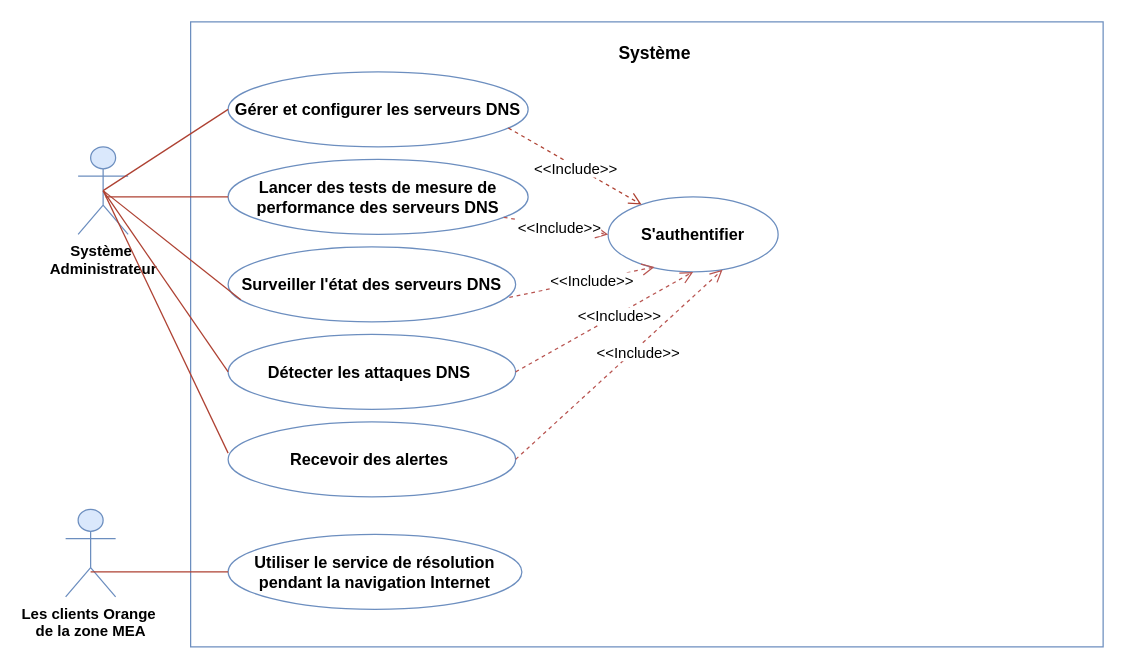
eya-harbaoui/Diagramms keeps this draw.io diagram as GlobalUseCase.drawio. Above is the earlier version. Source tidied: cells renumbered, new cells numbered last; positions are measured from the earlier drawing's top-left corner, leaving out a move shared by most shapes. Both pictures are drawn from the tidied source at 125%, with x=0, y=0 at pixel (65, 21).
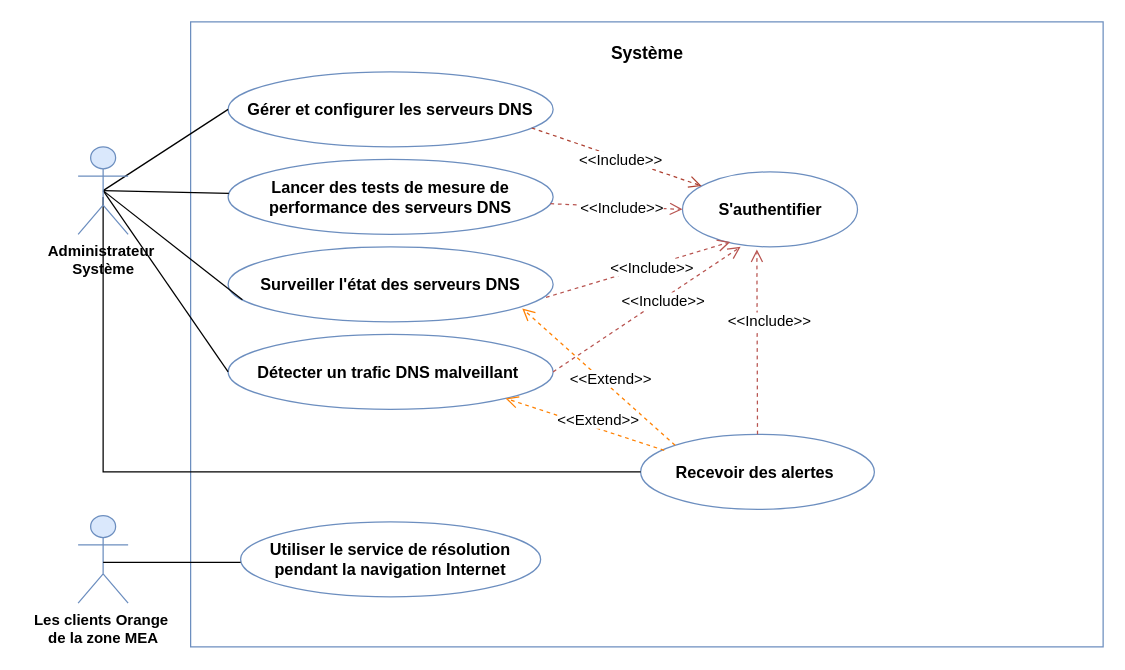
The same diagram, later.

Commit message:
Mettre à jour GlobalUseCase.drawio

What changed in the source:
```diff
@@
     <mxCell id="2" value="Les clients Orange&amp;nbsp;&lt;div&gt;de la zone MEA&lt;/div&gt;" style="shape=umlActor;verticalLabelPosition=bottom;verticalAlign=top;html=1;fontStyle=1;fillColor=#dae8fc;strokeColor=#6c8ebf;" parent="1" vertex="1">
-      <mxGeometry y="390" width="40" height="70" as="geometry" />
+      <mxGeometry x="10" y="395" width="40" height="70" as="geometry" />
     </mxCell>
@@
     <mxCell id="4" value="&lt;b&gt;&lt;font style=&quot;font-size: 13px;&quot;&gt;Gérer et configurer les serveurs DNS&lt;/font&gt;&lt;/b&gt;" style="ellipse;whiteSpace=wrap;html=1;fillColor=#FFFFFF;strokeColor=#6c8ebf;" parent="1" vertex="1">
-      <mxGeometry x="130" y="40" width="240" height="60" as="geometry" />
+      <mxGeometry x="130" y="40" width="260" height="60" as="geometry" />
     </mxCell>
     <mxCell id="5" value="&lt;b&gt;&lt;font style=&quot;font-size: 14px;&quot;&gt;Système&lt;/font&gt;&lt;/b&gt;" style="text;strokeColor=none;align=center;fillColor=none;html=1;verticalAlign=middle;whiteSpace=wrap;rounded=0;" parent="1" vertex="1">
-      <mxGeometry x="434" y="10" width="75" height="30" as="geometry" />
+      <mxGeometry x="427.5" y="10" width="75" height="30" as="geometry" />
     </mxCell>
     <mxCell id="6" value="&lt;b&gt;&lt;font style=&quot;font-size: 13px;&quot;&gt;Lancer des tests de mesure de performance des serveurs DNS&lt;/font&gt;&lt;/b&gt;" style="ellipse;whiteSpace=wrap;html=1;fillColor=#ffffff;strokeColor=#6C8EBF;" parent="1" vertex="1">
-      <mxGeometry x="130" y="110" width="240" height="60" as="geometry" />
+      <mxGeometry x="130" y="110" width="260" height="60" as="geometry" />
     </mxCell>
     <mxCell id="7" value="&lt;b&gt;&lt;font style=&quot;font-size: 13px;&quot;&gt;Surveiller l'état des serveurs DNS&lt;/font&gt;&lt;/b&gt;" style="ellipse;whiteSpace=wrap;html=1;strokeColor=#6C8EBF;" parent="1" vertex="1">
-      <mxGeometry x="130" y="180" width="230" height="60" as="geometry" />
+      <mxGeometry x="130" y="180" width="260" height="60" as="geometry" />
     </mxCell>
-    <mxCell id="8" value="&lt;b&gt;&lt;font style=&quot;font-size: 13px;&quot;&gt;Détecter les attaques DNS&amp;nbsp;&lt;/font&gt;&lt;/b&gt;" style="ellipse;whiteSpace=wrap;html=1;strokeColor=#6C8EBF;" parent="1" vertex="1">
-      <mxGeometry x="130" y="250" width="230" height="60" as="geometry" />
+    <mxCell id="8" value="&lt;b&gt;&lt;font style=&quot;font-size: 13px;&quot;&gt;Détecter un trafic DNS malveillant&amp;nbsp;&lt;/font&gt;&lt;/b&gt;" style="ellipse;whiteSpace=wrap;html=1;strokeColor=#6C8EBF;" parent="1" vertex="1">
+      <mxGeometry x="130" y="250" width="260" height="60" as="geometry" />
     </mxCell>
     <mxCell id="9" value="&lt;b&gt;&lt;font style=&quot;font-size: 13px;&quot;&gt;Recevoir des alertes&amp;nbsp;&lt;/font&gt;&lt;/b&gt;" style="ellipse;whiteSpace=wrap;html=1;strokeColor=#6C8EBF;" parent="1" vertex="1">
-      <mxGeometry x="130" y="320" width="230" height="60" as="geometry" />
+      <mxGeometry x="460" y="330" width="187" height="60" as="geometry" />
     </mxCell>
     <mxCell id="10" value="&lt;b&gt;&lt;font style=&quot;font-size: 13px;&quot;&gt;S'authentifier&lt;/font&gt;&lt;/b&gt;" style="ellipse;whiteSpace=wrap;html=1;strokeColor=#6C8EBF;" parent="1" vertex="1">
-      <mxGeometry x="434" y="140" width="136" height="60" as="geometry" />
+      <mxGeometry x="493.5" y="120" width="140" height="60" as="geometry" />
     </mxCell>
     <mxCell id="11" value="&lt;b&gt;&lt;font style=&quot;font-size: 13px;&quot;&gt;Utiliser le service de résolution pendant la navigation Internet&lt;/font&gt;&lt;/b&gt;" style="ellipse;whiteSpace=wrap;html=1;strokeColor=#6C8EBF;" parent="1" vertex="1">
-      <mxGeometry x="130" y="410" width="235" height="60" as="geometry" />
+      <mxGeometry x="140" y="400" width="240" height="60" as="geometry" />
     </mxCell>
-    <mxCell id="12" value="Système&amp;nbsp;&lt;div&gt;Administrateur&lt;/div&gt;" style="shape=umlActor;verticalLabelPosition=bottom;verticalAlign=top;html=1;outlineConnect=0;fontStyle=1;fillColor=#dae8fc;strokeColor=#6c8ebf;" parent="1" vertex="1">
-      <mxGeometry x="10" y="100" width="40" height="70" as="geometry" />
-    </mxCell>
@@
-    <mxCell id="16" value="&lt;font style=&quot;font-size: 12px;&quot;&gt;&amp;lt;&amp;lt;Include&amp;gt;&amp;gt;&lt;/font&gt;" style="html=1;verticalAlign=bottom;endArrow=open;dashed=1;endSize=8;curved=0;rounded=0;exitX=1;exitY=0.5;exitDx=0;exitDy=0;entryX=0.5;entryY=1;entryDx=0;entryDy=0;fillColor=#f8cecc;strokeColor=#b85450;" parent="1" edge="1" source="8" target="10">
-      <mxGeometry x="0.1" y="-10" relative="1" as="geometry" />
+    <mxCell id="16" value="&lt;font style=&quot;font-size: 12px;&quot;&gt;&amp;lt;&amp;lt;Include&amp;gt;&amp;gt;&lt;/font&gt;" style="html=1;verticalAlign=bottom;endArrow=open;dashed=1;endSize=8;curved=0;rounded=0;exitX=1;exitY=0.5;exitDx=0;exitDy=0;fillColor=#f8cecc;strokeColor=#b85450;" parent="1" edge="1" source="8">
+      <mxGeometry x="0.1" y="-10" relative="1" as="geometry">
+        <mxPoint x="540" y="180" as="targetPoint" />
+      </mxGeometry>
     </mxCell>
-    <mxCell id="17" value="&lt;font style=&quot;font-size: 12px;&quot;&gt;&amp;lt;&amp;lt;Include&amp;gt;&amp;gt;&lt;/font&gt;" style="html=1;verticalAlign=bottom;endArrow=open;dashed=1;endSize=8;curved=0;rounded=0;exitX=1;exitY=0.5;exitDx=0;exitDy=0;entryX=0.673;entryY=0.971;entryDx=0;entryDy=0;entryPerimeter=0;fillColor=#f8cecc;strokeColor=#b85450;" parent="1" edge="1" source="9" target="10">
-      <mxGeometry x="0.1" y="-10" relative="1" as="geometry" />
+    <mxCell id="17" value="&lt;font style=&quot;font-size: 12px;&quot;&gt;&amp;lt;&amp;lt;Include&amp;gt;&amp;gt;&lt;/font&gt;" style="html=1;verticalAlign=bottom;endArrow=open;dashed=1;endSize=8;curved=0;rounded=0;fillColor=#f8cecc;strokeColor=#b85450;exitX=0.5;exitY=0;exitDx=0;exitDy=0;" parent="1" edge="1" source="9">
+      <mxGeometry x="0.1" y="-10" relative="1" as="geometry">
+        <mxPoint x="553" y="182" as="targetPoint" />
+      </mxGeometry>
     </mxCell>
-    <mxCell id="18" style="endArrow=none;html=1;rounded=0;entryX=0;entryY=0.5;entryDx=0;entryDy=0;exitX=0.5;exitY=0.5;exitDx=0;exitDy=0;exitPerimeter=0;fillColor=#fad9d5;strokeColor=#ae4132;" parent="1" edge="1" source="12" target="4">
+    <mxCell id="18" style="endArrow=none;html=1;rounded=0;entryX=0;entryY=0.5;entryDx=0;entryDy=0;exitX=0.5;exitY=0.5;exitDx=0;exitDy=0;exitPerimeter=0;fillColor=#fad9d5;strokeColor=#000000;" parent="1" edge="1" source="12" target="4">
       <mxGeometry relative="1" as="geometry" />
     </mxCell>
-    <mxCell id="19" style="endArrow=none;html=1;rounded=0;fillColor=#fad9d5;strokeColor=#ae4132;" parent="1" edge="1" target="6">
-      <mxGeometry relative="1" as="geometry">
-        <mxPoint x="32" y="140" as="sourcePoint" />
-      </mxGeometry>
+    <mxCell id="19" style="endArrow=none;html=1;rounded=0;fillColor=#fad9d5;strokeColor=#000000;exitX=0.5;exitY=0.5;exitDx=0;exitDy=0;exitPerimeter=0;" parent="1" edge="1" source="12" target="6">
+      <mxGeometry relative="1" as="geometry" />
     </mxCell>
-    <mxCell id="20" style="endArrow=none;html=1;rounded=0;entryX=0.044;entryY=0.706;entryDx=0;entryDy=0;entryPerimeter=0;exitX=0.5;exitY=0.5;exitDx=0;exitDy=0;exitPerimeter=0;fillColor=#fad9d5;strokeColor=#ae4132;" parent="1" edge="1" source="12" target="7">
+    <mxCell id="20" style="endArrow=none;html=1;rounded=0;entryX=0.044;entryY=0.706;entryDx=0;entryDy=0;entryPerimeter=0;exitX=0.5;exitY=0.5;exitDx=0;exitDy=0;exitPerimeter=0;fillColor=#fad9d5;strokeColor=#000000;" parent="1" edge="1" source="12" target="7">
       <mxGeometry relative="1" as="geometry" />
     </mxCell>
-    <mxCell id="21" style="endArrow=none;html=1;rounded=0;entryX=0;entryY=0.5;entryDx=0;entryDy=0;exitX=0.5;exitY=0.5;exitDx=0;exitDy=0;exitPerimeter=0;fillColor=#fad9d5;strokeColor=#ae4132;" parent="1" edge="1" source="12" target="8">
+    <mxCell id="21" style="endArrow=none;html=1;rounded=0;entryX=0;entryY=0.5;entryDx=0;entryDy=0;exitX=0.5;exitY=0.5;exitDx=0;exitDy=0;exitPerimeter=0;fillColor=#fad9d5;strokeColor=#000000;" parent="1" edge="1" source="12" target="8">
       <mxGeometry relative="1" as="geometry" />
     </mxCell>
-    <mxCell id="22" style="endArrow=none;html=1;rounded=0;entryX=0;entryY=0.5;entryDx=0;entryDy=0;exitX=0.5;exitY=0.5;exitDx=0;exitDy=0;exitPerimeter=0;fillColor=#fad9d5;strokeColor=#ae4132;" parent="1" edge="1" source="12">
-      <mxGeometry relative="1" as="geometry">
-        <mxPoint x="130" y="345" as="targetPoint" />
-      </mxGeometry>
-    </mxCell>
-    <mxCell id="23" style="endArrow=none;html=1;rounded=0;exitX=1;exitY=0.5;exitDx=0;exitDy=0;fillColor=#fad9d5;strokeColor=#ae4132;" parent="1" edge="1">
+    <mxCell id="23" style="endArrow=none;html=1;rounded=0;exitX=1;exitY=0.5;exitDx=0;exitDy=0;fillColor=#fad9d5;strokeColor=#000000;" parent="1" edge="1">
       <mxGeometry relative="1" as="geometry">
-        <mxPoint x="20" y="440" as="sourcePoint" />
-        <mxPoint x="130" y="440" as="targetPoint" />
+        <mxPoint x="30" y="432.4" as="sourcePoint" />
+        <mxPoint x="140" y="432.4" as="targetPoint" />
       </mxGeometry>
     </mxCell>
+    <mxCell id="24" style="endArrow=none;html=1;rounded=0;exitX=0.5;exitY=0.5;exitDx=0;exitDy=0;exitPerimeter=0;fillColor=#fad9d5;strokeColor=#000000;edgeStyle=elbowEdgeStyle;elbow=vertical;entryX=0;entryY=0.5;entryDx=0;entryDy=0;strokeWidth=1;" parent="1" edge="1" target="9">
+      <mxGeometry relative="1" as="geometry">
+        <mxPoint x="30" y="140" as="sourcePoint" />
+        <Array as="points">
+          <mxPoint x="50" y="360" />
+        </Array>
+      </mxGeometry>
+    </mxCell>
+    <mxCell id="25" value="&lt;font style=&quot;font-size: 12px;&quot;&gt;&amp;lt;&amp;lt;Extend&amp;gt;&amp;gt;&lt;/font&gt;" style="html=1;verticalAlign=bottom;endArrow=open;dashed=1;endSize=8;curved=0;rounded=0;exitX=0;exitY=0;exitDx=0;exitDy=0;entryX=0.905;entryY=0.82;entryDx=0;entryDy=0;fillColor=#f8cecc;strokeColor=#FF8000;entryPerimeter=0;" parent="1" edge="1" source="9" target="7">
+      <mxGeometry x="-0.17" y="2" relative="1" as="geometry" />
+    </mxCell>
+    <mxCell id="26" value="&lt;font style=&quot;font-size: 12px;&quot;&gt;&amp;lt;&amp;lt;Extend&amp;gt;&amp;gt;&lt;/font&gt;" style="html=1;verticalAlign=bottom;endArrow=open;dashed=1;endSize=8;curved=0;rounded=0;exitX=0.101;exitY=0.213;exitDx=0;exitDy=0;entryX=1;entryY=1;entryDx=0;entryDy=0;fillColor=#f8cecc;strokeColor=#FF8000;exitPerimeter=0;" parent="1" edge="1" source="9" target="8">
+      <mxGeometry x="-0.17" y="2" relative="1" as="geometry" />
+    </mxCell>
+    <mxCell id="12" value="Administrateur&amp;nbsp;&lt;div&gt;Système&lt;/div&gt;" style="shape=umlActor;verticalLabelPosition=bottom;verticalAlign=top;html=1;outlineConnect=0;fontStyle=1;fillColor=#dae8fc;strokeColor=#6c8ebf;" parent="1" vertex="1">
+      <mxGeometry x="10" y="100" width="40" height="70" as="geometry" />
+    </mxCell>
```
